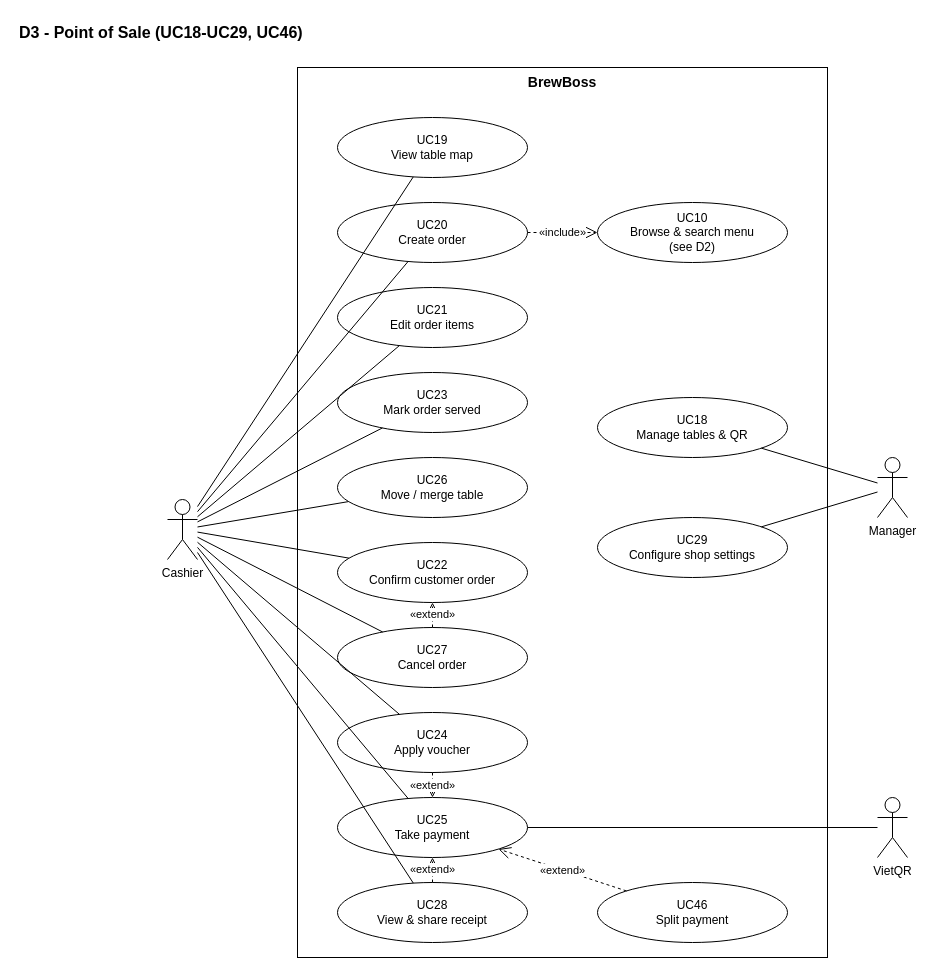
Earlier version of the draw.io diagram page "D3 Point of Sale" (4 of 6) of docs/diagrams/use-case-diagrams.drawio (huytran303/CafeManagementSystem). Source tidied: cells renumbered, new cells numbered last; positions are measured from the earlier drawing's top-left corner, leaving out a move shared by most shapes. Both pictures are drawn from the tidied source at 100%, with x=0, y=0 at pixel (17, 17).
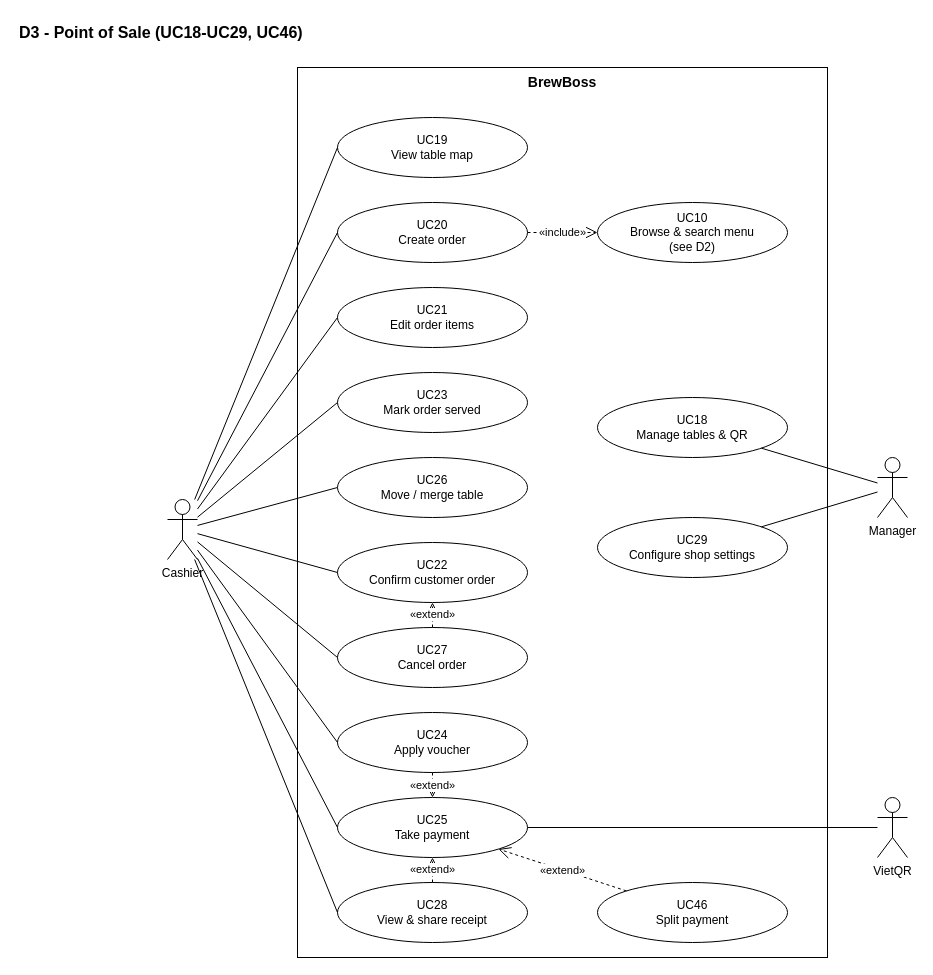
The same page after the edit.

Unchanged cells that the change refers to:
```xml
<mxCell id="4" value="UC19&lt;br&gt;View table map" style="ellipse;whiteSpace=wrap;html=1;fillColor=#ffffff;fontSize=12;" parent="1" vertex="1">
  <mxGeometry x="320" y="100" width="190" height="60" as="geometry" />
</mxCell>
<mxCell id="5" value="UC20&lt;br&gt;Create order" style="ellipse;whiteSpace=wrap;html=1;fillColor=#ffffff;fontSize=12;" parent="1" vertex="1">
  <mxGeometry x="320" y="185" width="190" height="60" as="geometry" />
</mxCell>
<mxCell id="6" value="UC21&lt;br&gt;Edit order items" style="ellipse;whiteSpace=wrap;html=1;fillColor=#ffffff;fontSize=12;" parent="1" vertex="1">
  <mxGeometry x="320" y="270" width="190" height="60" as="geometry" />
</mxCell>
<mxCell id="7" value="UC23&lt;br&gt;Mark order served" style="ellipse;whiteSpace=wrap;html=1;fillColor=#ffffff;fontSize=12;" parent="1" vertex="1">
  <mxGeometry x="320" y="355" width="190" height="60" as="geometry" />
</mxCell>
<mxCell id="8" value="UC26&lt;br&gt;Move / merge table" style="ellipse;whiteSpace=wrap;html=1;fillColor=#ffffff;fontSize=12;" parent="1" vertex="1">
  <mxGeometry x="320" y="440" width="190" height="60" as="geometry" />
</mxCell>
<mxCell id="9" value="UC22&lt;br&gt;Confirm customer order" style="ellipse;whiteSpace=wrap;html=1;fillColor=#ffffff;fontSize=12;" parent="1" vertex="1">
  <mxGeometry x="320" y="525" width="190" height="60" as="geometry" />
</mxCell>
<mxCell id="10" value="UC27&lt;br&gt;Cancel order" style="ellipse;whiteSpace=wrap;html=1;fillColor=#ffffff;fontSize=12;" parent="1" vertex="1">
  <mxGeometry x="320" y="610" width="190" height="60" as="geometry" />
</mxCell>
<mxCell id="11" value="UC24&lt;br&gt;Apply voucher" style="ellipse;whiteSpace=wrap;html=1;fillColor=#ffffff;fontSize=12;" parent="1" vertex="1">
  <mxGeometry x="320" y="695" width="190" height="60" as="geometry" />
</mxCell>
<mxCell id="12" value="UC25&lt;br&gt;Take payment" style="ellipse;whiteSpace=wrap;html=1;fillColor=#ffffff;fontSize=12;" parent="1" vertex="1">
  <mxGeometry x="320" y="780" width="190" height="60" as="geometry" />
</mxCell>
<mxCell id="13" value="UC28&lt;br&gt;View &amp;amp; share receipt" style="ellipse;whiteSpace=wrap;html=1;fillColor=#ffffff;fontSize=12;" parent="1" vertex="1">
  <mxGeometry x="320" y="865" width="190" height="60" as="geometry" />
</mxCell>
<mxCell id="18" value="Cashier" style="shape=umlActor;verticalLabelPosition=bottom;verticalAlign=top;html=1;outlineConnect=0;fillColor=#ffffff;" parent="1" vertex="1">
  <mxGeometry x="150" y="482" width="30" height="60" as="geometry" />
</mxCell>
```

The edit, as a diff of the source:
```diff
@@
-    <mxCell id="21" style="endArrow=none;html=1;rounded=0;" parent="1" edge="1" source="18" target="4">
+    <mxCell id="21" style="endArrow=none;html=1;rounded=0;entryX=0;entryY=0.5;entryDx=0;entryDy=0;" parent="1" edge="1" source="18" target="4">
       <mxGeometry relative="1" as="geometry" />
     </mxCell>
-    <mxCell id="22" style="endArrow=none;html=1;rounded=0;" parent="1" edge="1" source="18" target="5">
+    <mxCell id="22" style="endArrow=none;html=1;rounded=0;entryX=0;entryY=0.5;entryDx=0;entryDy=0;" parent="1" edge="1" source="18" target="5">
       <mxGeometry relative="1" as="geometry" />
     </mxCell>
-    <mxCell id="23" style="endArrow=none;html=1;rounded=0;" parent="1" edge="1" source="18" target="6">
+    <mxCell id="23" style="endArrow=none;html=1;rounded=0;entryX=0;entryY=0.5;entryDx=0;entryDy=0;" parent="1" edge="1" source="18" target="6">
       <mxGeometry relative="1" as="geometry" />
     </mxCell>
-    <mxCell id="24" style="endArrow=none;html=1;rounded=0;" parent="1" edge="1" source="18" target="7">
+    <mxCell id="24" style="endArrow=none;html=1;rounded=0;entryX=0;entryY=0.5;entryDx=0;entryDy=0;" parent="1" edge="1" source="18" target="7">
       <mxGeometry relative="1" as="geometry" />
     </mxCell>
-    <mxCell id="25" style="endArrow=none;html=1;rounded=0;" parent="1" edge="1" source="18" target="8">
+    <mxCell id="25" style="endArrow=none;html=1;rounded=0;entryX=0;entryY=0.5;entryDx=0;entryDy=0;" parent="1" edge="1" source="18" target="8">
       <mxGeometry relative="1" as="geometry" />
     </mxCell>
-    <mxCell id="26" style="endArrow=none;html=1;rounded=0;" parent="1" edge="1" source="18" target="9">
+    <mxCell id="26" style="endArrow=none;html=1;rounded=0;entryX=0;entryY=0.5;entryDx=0;entryDy=0;" parent="1" edge="1" source="18" target="9">
       <mxGeometry relative="1" as="geometry" />
     </mxCell>
-    <mxCell id="27" style="endArrow=none;html=1;rounded=0;" parent="1" edge="1" source="18" target="10">
+    <mxCell id="27" style="endArrow=none;html=1;rounded=0;entryX=0;entryY=0.5;entryDx=0;entryDy=0;" parent="1" edge="1" source="18" target="10">
       <mxGeometry relative="1" as="geometry" />
     </mxCell>
-    <mxCell id="28" style="endArrow=none;html=1;rounded=0;" parent="1" edge="1" source="18" target="11">
+    <mxCell id="28" style="endArrow=none;html=1;rounded=0;entryX=0;entryY=0.5;entryDx=0;entryDy=0;" parent="1" edge="1" source="18" target="11">
       <mxGeometry relative="1" as="geometry" />
     </mxCell>
-    <mxCell id="29" style="endArrow=none;html=1;rounded=0;" parent="1" edge="1" source="18" target="12">
+    <mxCell id="29" style="endArrow=none;html=1;rounded=0;entryX=0;entryY=0.5;entryDx=0;entryDy=0;" parent="1" edge="1" source="18" target="12">
       <mxGeometry relative="1" as="geometry" />
     </mxCell>
-    <mxCell id="30" style="endArrow=none;html=1;rounded=0;" parent="1" edge="1" source="18" target="13">
+    <mxCell id="30" style="endArrow=none;html=1;rounded=0;entryX=0;entryY=0.5;entryDx=0;entryDy=0;" parent="1" edge="1" source="18" target="13">
       <mxGeometry relative="1" as="geometry" />
     </mxCell>
```
